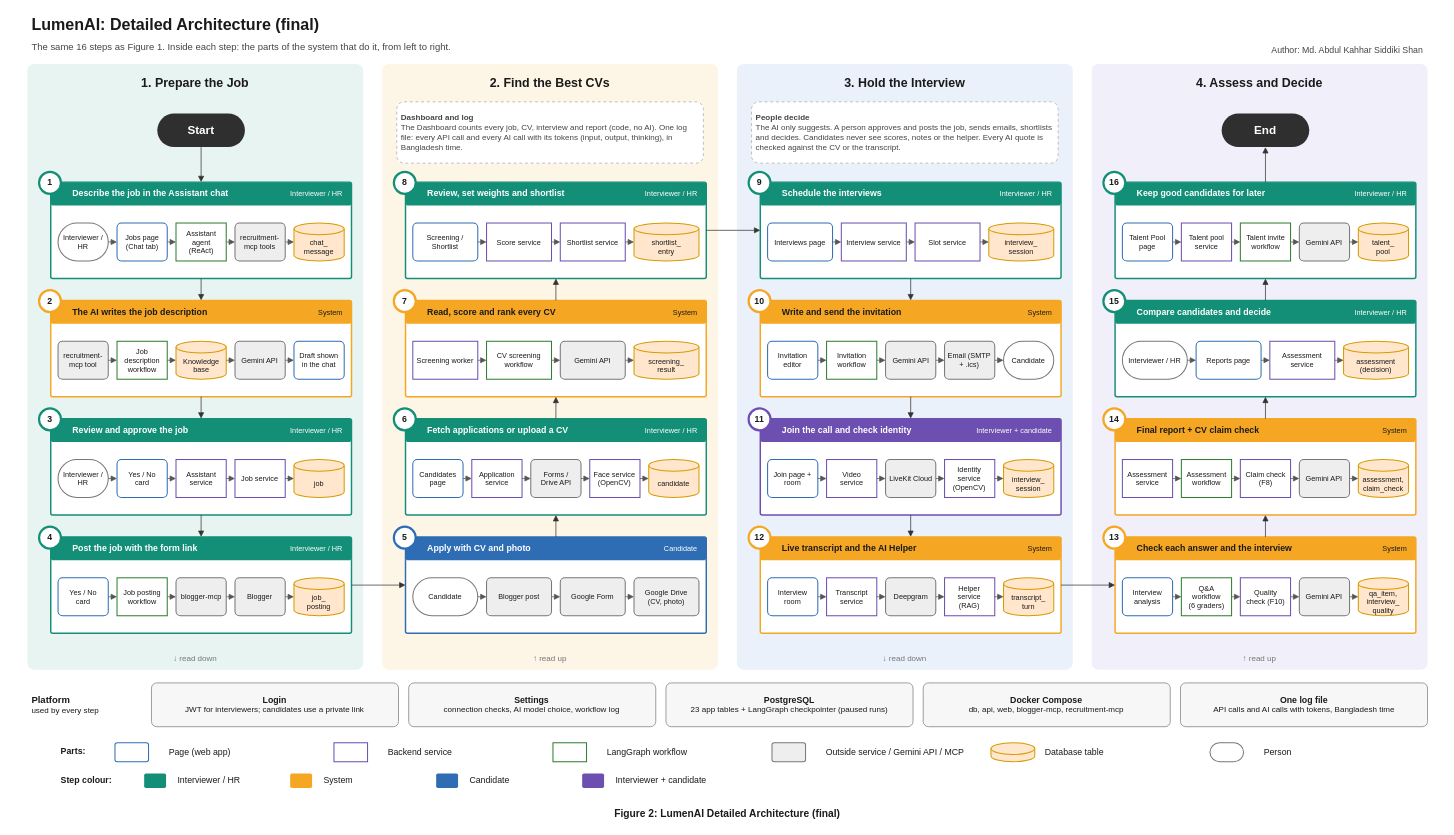
The draw.io diagram docs/architecture/LumenAI_Final_Detailed_Architecture.drawio in AKSShan10/LumenAi, before the edit. Source tidied: cells renumbered, new cells numbered last; positions are measured from the earlier drawing's top-left corner, leaving out a move shared by most shapes. Both pictures are drawn from the tidied source at 73%, with x=0, y=0 at pixel (12, 12).
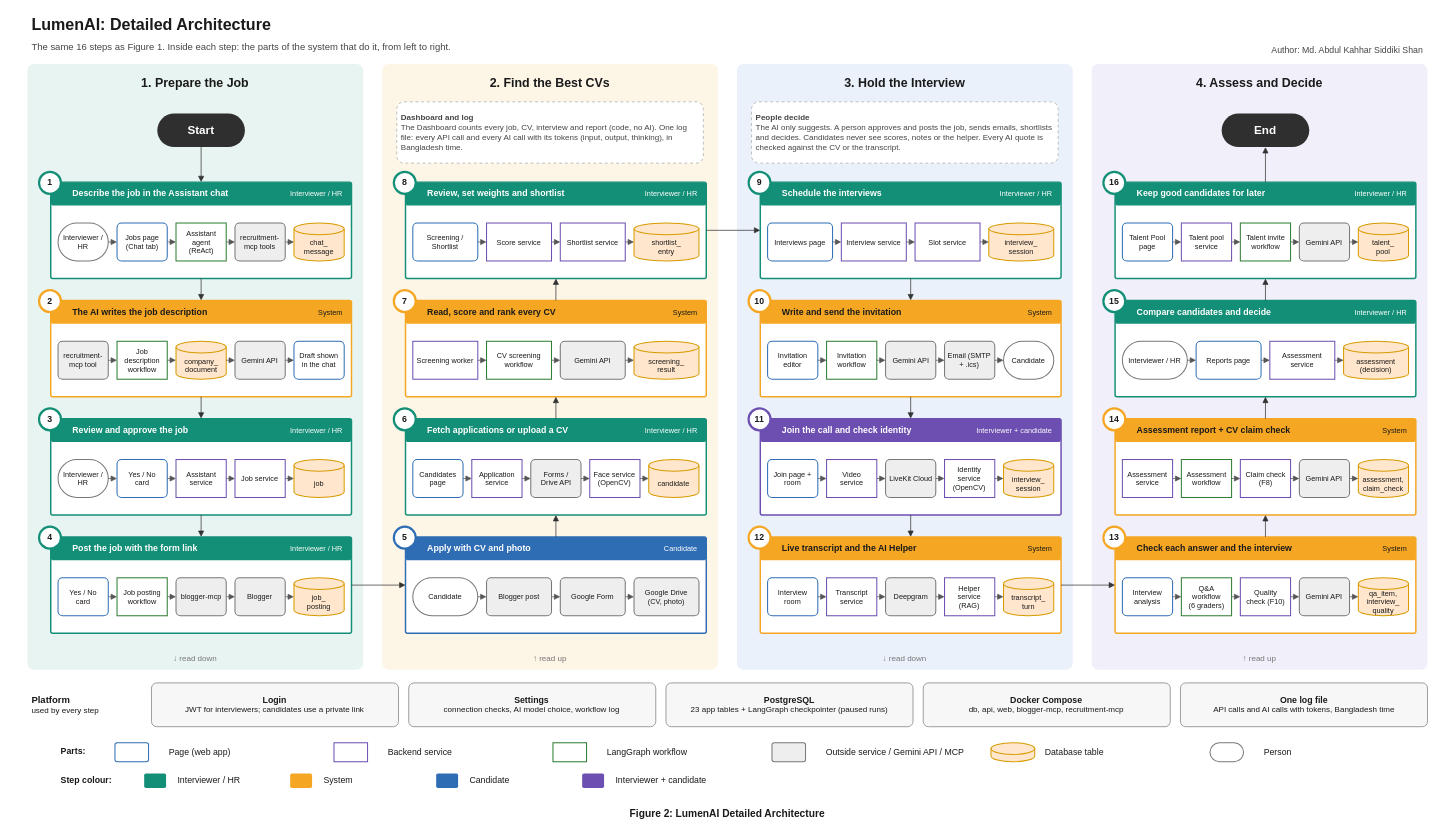
The same diagram, later.

The edit, as a diff of the source:
```diff
@@
-    <mxCell id="2" value="&lt;b style=&quot;font-size:22px&quot;&gt;LumenAI: Detailed Architecture (final)&lt;/b&gt;" style="text;strokeColor=none;fillColor=none;html=1;whiteSpace=wrap;fontSize=12;fontColor=#1A1A1A;align=left;verticalAlign=middle;spacing=6;fontFamily=Helvetica;" parent="1" vertex="1">
+    <mxCell id="2" value="&lt;b style=&quot;font-size:22px&quot;&gt;LumenAI: Detailed Architecture&lt;/b&gt;" style="text;strokeColor=none;fillColor=none;html=1;whiteSpace=wrap;fontSize=12;fontColor=#1A1A1A;align=left;verticalAlign=middle;spacing=6;fontFamily=Helvetica;" parent="1" vertex="1">
       <mxGeometry x="20" width="900" height="34" as="geometry" />
     </mxCell>
@@
-    <mxCell id="25" value="Knowledge&lt;br&gt;base" style="shape=cylinder3;boundedLbl=1;size=8;fillColor=#ffe6cc;strokeColor=#d79b00;strokeWidth=1.4;html=1;whiteSpace=wrap;fontSize=10;fontColor=#1A1A1A;align=center;verticalAlign=middle;spacing=6;fontFamily=Helvetica;" parent="1" vertex="1">
+    <mxCell id="25" value="company_&lt;br&gt;document" style="shape=cylinder3;boundedLbl=1;size=8;fillColor=#ffe6cc;strokeColor=#d79b00;strokeWidth=1.4;html=1;whiteSpace=wrap;fontSize=10;fontColor=#1A1A1A;align=center;verticalAlign=middle;spacing=6;fontFamily=Helvetica;" parent="1" vertex="1">
       <mxGeometry x="223.6" y="450" width="68.8" height="52" as="geometry" />
     </mxCell>
@@
-    <mxCell id="154" value="&lt;b style=&quot;font-size:12px&quot;&gt;Final report + CV claim check&lt;/b&gt;" style="text;strokeColor=none;fillColor=none;html=1;whiteSpace=wrap;fontSize=12;fontColor=#1A1A1A;align=left;verticalAlign=middle;spacing=6;fontFamily=Helvetica;" parent="1" vertex="1">
+    <mxCell id="154" value="&lt;b style=&quot;font-size:12px&quot;&gt;Assessment report + CV claim check&lt;/b&gt;" style="text;strokeColor=none;fillColor=none;html=1;whiteSpace=wrap;fontSize=12;fontColor=#1A1A1A;align=left;verticalAlign=middle;spacing=6;fontFamily=Helvetica;" parent="1" vertex="1">
       <mxGeometry x="1534" y="560" width="282" height="24" as="geometry" />
     </mxCell>
@@
-    <mxCell id="204" value="&lt;b style=&quot;font-size:14px&quot;&gt;Figure 2: LumenAI Detailed Architecture (final)&lt;/b&gt;" style="text;strokeColor=none;fillColor=none;html=1;whiteSpace=wrap;fontSize=12;fontColor=#1A1A1A;align=center;verticalAlign=middle;spacing=6;fontFamily=Helvetica;" parent="1" vertex="1">
+    <mxCell id="204" value="&lt;b style=&quot;font-size:14px&quot;&gt;Figure 2: LumenAI Detailed Architecture&lt;/b&gt;" style="text;strokeColor=none;fillColor=none;html=1;whiteSpace=wrap;fontSize=12;fontColor=#1A1A1A;align=center;verticalAlign=middle;spacing=6;fontFamily=Helvetica;" parent="1" vertex="1">
       <mxGeometry y="1084" width="1958" height="26" as="geometry" />
     </mxCell>
```
